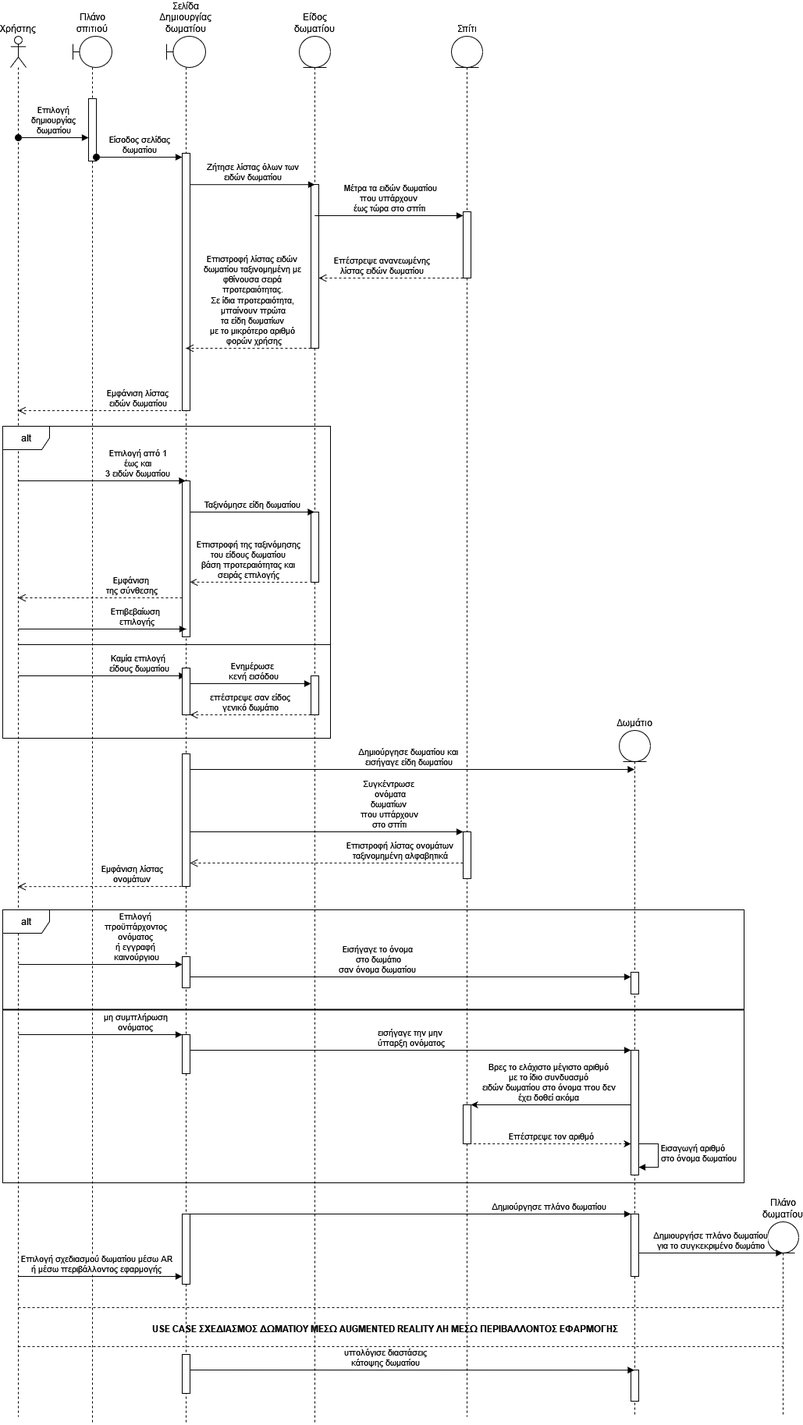
Above: Παραδοτέο 4/Sequences diagrams/Δημιουργία δωματίου Sequence diagram.drawio.png in DimitraM/Room_Design (draw.io), before the change. Source tidied: cells renumbered, new cells last; positions are measured from the earlier drawing's top-left corner, leaving out a move shared by most shapes.
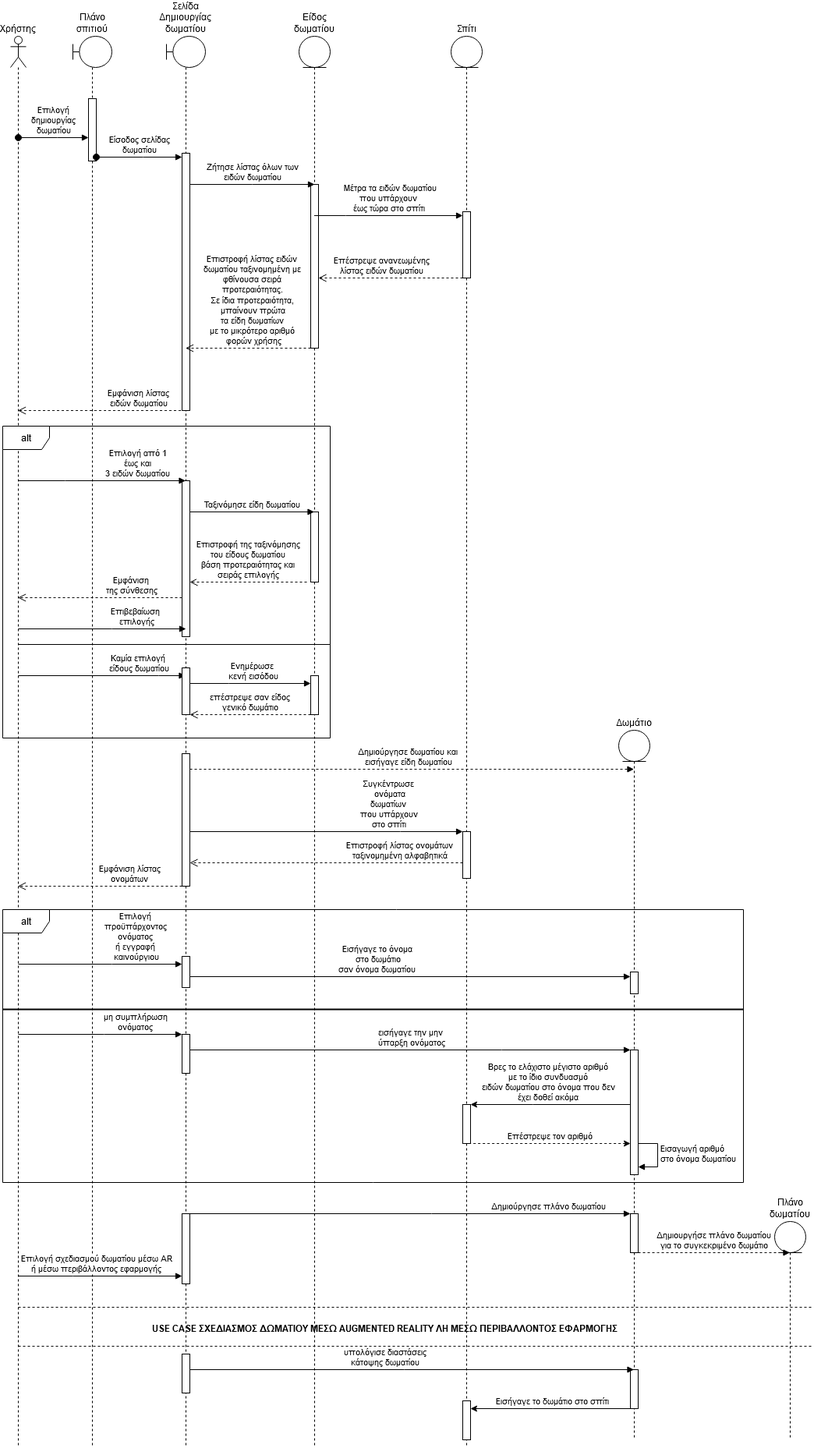
After the commit.

Change to the diagram source:
```diff
@@ -3,16 +3,16 @@
     <mxCell id="0" />
     <mxCell id="1" parent="0" />
     <mxCell id="2" value="Χρήστης" style="shape=umlLifeline;perimeter=lifelinePerimeter;whiteSpace=wrap;html=1;outlineConnect=0;portConstraint=eastwest;newEdgeStyle={&quot;edgeStyle&quot;:&quot;elbowEdgeStyle&quot;,&quot;elbow&quot;:&quot;vertical&quot;,&quot;curved&quot;:0,&quot;rounded&quot;:0};participant=umlActor;labelPosition=center;verticalLabelPosition=top;align=center;verticalAlign=bottom;" parent="1" vertex="1">
-      <mxGeometry x="10" width="20" height="1770" as="geometry" />
+      <mxGeometry x="10" width="20" height="1810" as="geometry" />
     </mxCell>
     <mxCell id="3" value="&lt;div&gt;Πλάνο σπιτιού&lt;/div&gt;" style="shape=umlLifeline;perimeter=lifelinePerimeter;whiteSpace=wrap;html=1;newEdgeStyle={&quot;edgeStyle&quot;:&quot;elbowEdgeStyle&quot;,&quot;elbow&quot;:&quot;vertical&quot;,&quot;curved&quot;:0,&quot;rounded&quot;:0};participant=umlBoundary;labelPosition=center;verticalLabelPosition=top;align=center;verticalAlign=bottom;" parent="1" vertex="1">
-      <mxGeometry x="90" width="50" height="1780" as="geometry" />
+      <mxGeometry x="90" width="50" height="1810" as="geometry" />
     </mxCell>
     <mxCell id="4" style="html=1;points=[];perimeter=orthogonalPerimeter;outlineConnect=0;targetShapes=umlLifeline;portConstraint=eastwest;newEdgeStyle={&quot;edgeStyle&quot;:&quot;elbowEdgeStyle&quot;,&quot;elbow&quot;:&quot;vertical&quot;,&quot;curved&quot;:0,&quot;rounded&quot;:0};" parent="3" vertex="1">
       <mxGeometry x="20" y="80" width="10" height="80" as="geometry" />
     </mxCell>
     <mxCell id="5" value="&lt;div&gt;Σελίδα Δημιουργίας δωματίου&lt;/div&gt;" style="shape=umlLifeline;perimeter=lifelinePerimeter;whiteSpace=wrap;html=1;outlineConnect=0;portConstraint=eastwest;newEdgeStyle={&quot;edgeStyle&quot;:&quot;elbowEdgeStyle&quot;,&quot;elbow&quot;:&quot;vertical&quot;,&quot;curved&quot;:0,&quot;rounded&quot;:0};participant=umlBoundary;labelPosition=center;verticalLabelPosition=top;align=center;verticalAlign=bottom;" parent="1" vertex="1">
-      <mxGeometry x="210" width="50" height="1780" as="geometry" />
+      <mxGeometry x="210" width="50" height="1810" as="geometry" />
     </mxCell>
     <mxCell id="6" style="html=1;points=[];perimeter=orthogonalPerimeter;outlineConnect=0;targetShapes=umlLifeline;portConstraint=eastwest;newEdgeStyle={&quot;edgeStyle&quot;:&quot;elbowEdgeStyle&quot;,&quot;elbow&quot;:&quot;vertical&quot;,&quot;curved&quot;:0,&quot;rounded&quot;:0};" parent="5" vertex="1">
       <mxGeometry x="20" y="150" width="10" height="330" as="geometry" />
@@ -30,7 +30,7 @@
       <mxGeometry x="20" y="1690" width="10" height="50" as="geometry" />
     </mxCell>
     <mxCell id="11" value="Είδος δωματίου" style="shape=umlLifeline;perimeter=lifelinePerimeter;whiteSpace=wrap;html=1;outlineConnect=0;portConstraint=eastwest;newEdgeStyle={&quot;edgeStyle&quot;:&quot;elbowEdgeStyle&quot;,&quot;elbow&quot;:&quot;vertical&quot;,&quot;curved&quot;:0,&quot;rounded&quot;:0};participant=umlEntity;labelPosition=center;verticalLabelPosition=top;align=center;verticalAlign=bottom;" parent="1" vertex="1">
-      <mxGeometry x="380" width="40" height="1780" as="geometry" />
+      <mxGeometry x="380" width="40" height="1810" as="geometry" />
     </mxCell>
     <mxCell id="12" style="html=1;points=[];perimeter=orthogonalPerimeter;outlineConnect=0;targetShapes=umlLifeline;portConstraint=eastwest;newEdgeStyle={&quot;edgeStyle&quot;:&quot;elbowEdgeStyle&quot;,&quot;elbow&quot;:&quot;vertical&quot;,&quot;curved&quot;:0,&quot;rounded&quot;:0};" parent="11" vertex="1">
       <mxGeometry x="15" y="190" width="10" height="210" as="geometry" />
@@ -39,7 +39,7 @@
       <mxGeometry x="15" y="610" width="10" height="90" as="geometry" />
     </mxCell>
     <mxCell id="14" value="Σπίτι" style="shape=umlLifeline;perimeter=lifelinePerimeter;whiteSpace=wrap;html=1;newEdgeStyle={&quot;edgeStyle&quot;:&quot;elbowEdgeStyle&quot;,&quot;elbow&quot;:&quot;vertical&quot;,&quot;curved&quot;:0,&quot;rounded&quot;:0};participant=umlEntity;labelPosition=center;verticalLabelPosition=top;align=center;verticalAlign=bottom;" parent="1" vertex="1">
-      <mxGeometry x="575" width="40" height="1770" as="geometry" />
+      <mxGeometry x="575" width="40" height="1810" as="geometry" />
     </mxCell>
     <mxCell id="15" style="html=1;points=[];perimeter=orthogonalPerimeter;outlineConnect=0;targetShapes=umlLifeline;portConstraint=eastwest;newEdgeStyle={&quot;edgeStyle&quot;:&quot;elbowEdgeStyle&quot;,&quot;elbow&quot;:&quot;vertical&quot;,&quot;curved&quot;:0,&quot;rounded&quot;:0};" parent="14" vertex="1">
       <mxGeometry x="15" y="225" width="10" height="85" as="geometry" />
@@ -47,8 +47,11 @@
     <mxCell id="16" style="html=1;points=[];perimeter=orthogonalPerimeter;outlineConnect=0;targetShapes=umlLifeline;portConstraint=eastwest;newEdgeStyle={&quot;edgeStyle&quot;:&quot;elbowEdgeStyle&quot;,&quot;elbow&quot;:&quot;vertical&quot;,&quot;curved&quot;:0,&quot;rounded&quot;:0};" parent="14" vertex="1">
       <mxGeometry x="15" y="1020" width="10" height="60" as="geometry" />
     </mxCell>
+    <mxCell id="65" style="html=1;points=[];perimeter=orthogonalPerimeter;outlineConnect=0;targetShapes=umlLifeline;portConstraint=eastwest;newEdgeStyle={&quot;edgeStyle&quot;:&quot;elbowEdgeStyle&quot;,&quot;elbow&quot;:&quot;vertical&quot;,&quot;curved&quot;:0,&quot;rounded&quot;:0};" parent="14" vertex="1">
+      <mxGeometry x="15" y="1750" width="10" height="50" as="geometry" />
+    </mxCell>
     <mxCell id="17" value="Πλάνο δωματίου" style="shape=umlLifeline;perimeter=lifelinePerimeter;whiteSpace=wrap;html=1;outlineConnect=0;portConstraint=eastwest;newEdgeStyle={&quot;edgeStyle&quot;:&quot;elbowEdgeStyle&quot;,&quot;elbow&quot;:&quot;vertical&quot;,&quot;curved&quot;:0,&quot;rounded&quot;:0};participant=umlEntity;labelPosition=center;verticalLabelPosition=top;align=center;verticalAlign=bottom;" parent="1" vertex="1">
-      <mxGeometry x="980" y="1520" width="40" height="250" as="geometry" />
+      <mxGeometry x="990" y="1520" width="40" height="280" as="geometry" />
     </mxCell>
     <mxCell id="18" value="Επιλογή&lt;br&gt;δημιουργίας&lt;br&gt;δωματίου" style="html=1;verticalAlign=bottom;startArrow=oval;endArrow=block;startSize=8;edgeStyle=elbowEdgeStyle;elbow=vertical;curved=0;rounded=0;" parent="1" edge="1" target="4">
       <mxGeometry relative="1" as="geometry">
@@ -124,7 +127,7 @@
       </mxGeometry>
     </mxCell>
     <mxCell id="28" value="Δωμάτιο" style="shape=umlLifeline;perimeter=lifelinePerimeter;whiteSpace=wrap;html=1;outlineConnect=0;portConstraint=eastwest;newEdgeStyle={&quot;edgeStyle&quot;:&quot;elbowEdgeStyle&quot;,&quot;elbow&quot;:&quot;vertical&quot;,&quot;curved&quot;:0,&quot;rounded&quot;:0};participant=umlEntity;labelPosition=center;verticalLabelPosition=top;align=center;verticalAlign=bottom;" parent="1" vertex="1">
-      <mxGeometry x="790" y="890" width="40" height="880" as="geometry" />
+      <mxGeometry x="790" y="890" width="40" height="910" as="geometry" />
     </mxCell>
     <mxCell id="29" style="html=1;points=[];perimeter=orthogonalPerimeter;outlineConnect=0;targetShapes=umlLifeline;portConstraint=eastwest;newEdgeStyle={&quot;edgeStyle&quot;:&quot;elbowEdgeStyle&quot;,&quot;elbow&quot;:&quot;vertical&quot;,&quot;curved&quot;:0,&quot;rounded&quot;:0};" parent="28" vertex="1">
       <mxGeometry x="15" y="310" width="10" height="28" as="geometry" />
@@ -151,10 +154,10 @@
       </mxGeometry>
     </mxCell>
     <mxCell id="32" style="html=1;points=[];perimeter=orthogonalPerimeter;outlineConnect=0;targetShapes=umlLifeline;portConstraint=eastwest;newEdgeStyle={&quot;edgeStyle&quot;:&quot;elbowEdgeStyle&quot;,&quot;elbow&quot;:&quot;vertical&quot;,&quot;curved&quot;:0,&quot;rounded&quot;:0};" parent="28" vertex="1">
-      <mxGeometry x="15" y="620" width="10" height="80" as="geometry" />
+      <mxGeometry x="15" y="620" width="10" height="50" as="geometry" />
     </mxCell>
     <mxCell id="33" style="html=1;perimeter=orthogonalPerimeter;targetShapes=umlLifeline;newEdgeStyle={&quot;edgeStyle&quot;:&quot;elbowEdgeStyle&quot;,&quot;elbow&quot;:&quot;vertical&quot;,&quot;curved&quot;:0,&quot;rounded&quot;:0};" parent="28" vertex="1">
-      <mxGeometry x="15" y="820" width="10" height="40" as="geometry" />
+      <mxGeometry x="15" y="820" width="10" height="50" as="geometry" />
     </mxCell>
     <mxCell id="34" value="&lt;div&gt;Εμφάνιση &lt;br&gt;&lt;/div&gt;&lt;div&gt;της σύνθεσης&lt;/div&gt;" style="html=1;verticalAlign=bottom;endArrow=open;dashed=1;endSize=8;edgeStyle=elbowEdgeStyle;elbow=vertical;curved=0;rounded=0;" parent="1" edge="1" source="7" target="2">
       <mxGeometry x="-0.38" relative="1" as="geometry">
@@ -187,7 +190,7 @@
         <mxPoint x="19.5" y="1090" as="targetPoint" />
       </mxGeometry>
     </mxCell>
-    <mxCell id="38" value="&lt;div&gt;Δημιούργησε δωματίου και&lt;br&gt;&lt;/div&gt;&lt;div&gt;&amp;nbsp;εισήγαγε είδη δωματίου&lt;/div&gt;" style="html=1;verticalAlign=bottom;endArrow=block;edgeStyle=elbowEdgeStyle;elbow=vertical;curved=0;rounded=0;" parent="1" edge="1" target="28">
+    <mxCell id="38" value="&lt;div&gt;Δημιούργησε δωματίου και&lt;br&gt;&lt;/div&gt;&lt;div&gt;&amp;nbsp;εισήγαγε είδη δωματίου&lt;/div&gt;" style="html=1;verticalAlign=bottom;endArrow=block;edgeStyle=elbowEdgeStyle;elbow=vertical;curved=0;rounded=0;dashed=1;" parent="1" edge="1" target="28">
       <mxGeometry x="-0.02" relative="1" as="geometry">
         <mxPoint x="240" y="940" as="sourcePoint" />
         <Array as="points">
@@ -333,7 +336,7 @@
         </Array>
       </mxGeometry>
     </mxCell>
-    <mxCell id="60" value="Δημιουργήσε πλάνο δωματίου&lt;br&gt;για το συγκεκριμένο δωμάτιο" style="html=1;verticalAlign=bottom;endArrow=block;edgeStyle=elbowEdgeStyle;elbow=vertical;curved=0;rounded=0;" parent="1" edge="1" source="32" target="17">
+    <mxCell id="60" value="Δημιουργήσε πλάνο δωματίου&lt;br&gt;για το συγκεκριμένο δωμάτιο" style="html=1;verticalAlign=bottom;endArrow=block;edgeStyle=elbowEdgeStyle;elbow=vertical;curved=0;rounded=0;dashed=1;" parent="1" edge="1" source="32" target="17">
       <mxGeometry relative="1" as="geometry">
         <Array as="points">
           <mxPoint x="840" y="1560" />
@@ -341,10 +344,10 @@
       </mxGeometry>
     </mxCell>
     <mxCell id="61" style="line;strokeWidth=1;fillColor=none;align=left;verticalAlign=middle;spacingTop=-1;spacingLeft=3;spacingRight=3;labelPosition=right;strokeColor=inherit;dashed=1;" parent="1" vertex="1">
-      <mxGeometry x="20" y="1620" width="980" height="20" as="geometry" />
+      <mxGeometry x="20" y="1620" width="1020" height="20" as="geometry" />
     </mxCell>
     <mxCell id="62" style="line;strokeWidth=1;fillColor=none;align=left;verticalAlign=middle;spacingTop=-1;spacingLeft=3;spacingRight=3;labelPosition=right;strokeColor=inherit;dashed=1;" parent="1" vertex="1">
-      <mxGeometry x="20" y="1670" width="980" height="20" as="geometry" />
+      <mxGeometry x="20" y="1670" width="1020" height="20" as="geometry" />
     </mxCell>
     <mxCell id="63" value="USE CASE ΣΧΕΔΙΑΣΜΟΣ ΔΩΜΑΤΙΟΥ ΜΕΣΩ ΑUGMENTED REALITY ΛΗ ΜΕΣΩ ΠΕΡΙΒΑΛΛΟΝΤΟΣ ΕΦΑΡΜΟΓΗΣ" style="text;align=center;fontStyle=1;verticalAlign=middle;spacingLeft=3;spacingRight=3;strokeColor=none;html=1;" parent="1" vertex="1">
       <mxGeometry x="450" y="1644" width="80" height="26" as="geometry" />
@@ -354,5 +357,13 @@
         <mxPoint x="240" y="1710" as="sourcePoint" />
       </mxGeometry>
     </mxCell>
+    <mxCell id="66" value="Εισήγαγε το δωμάτιο στο σπίτι" style="html=1;verticalAlign=bottom;endArrow=none;edgeStyle=elbowEdgeStyle;elbow=vertical;curved=0;rounded=0;startArrow=classic;startFill=1;endFill=0;" parent="1" edge="1" source="65" target="28">
+      <mxGeometry relative="1" as="geometry">
+        <Array as="points">
+          <mxPoint x="680" y="1760" />
+          <mxPoint x="770" y="1750" />
+        </Array>
+      </mxGeometry>
+    </mxCell>
   </root>
 </mxGraphModel>
```
